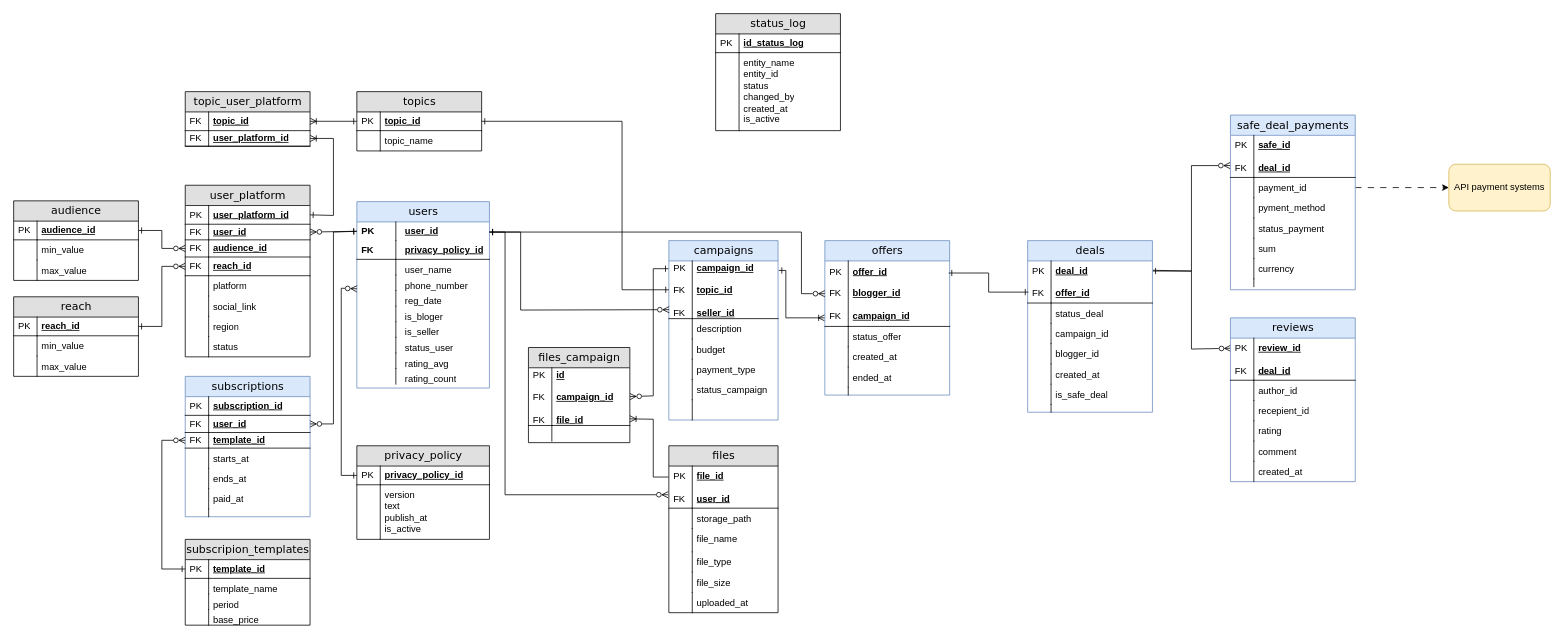
Before: diagrams/erd.drawio.xml in NadezdaHope19/practice, a draw.io diagram. Source tidied: cells renumbered, new cells numbered last; positions are measured from the earlier drawing's top-left corner, leaving out a move shared by most shapes. Both pictures are drawn from the tidied source at 78%, with x=0, y=0 at pixel (13, 13).
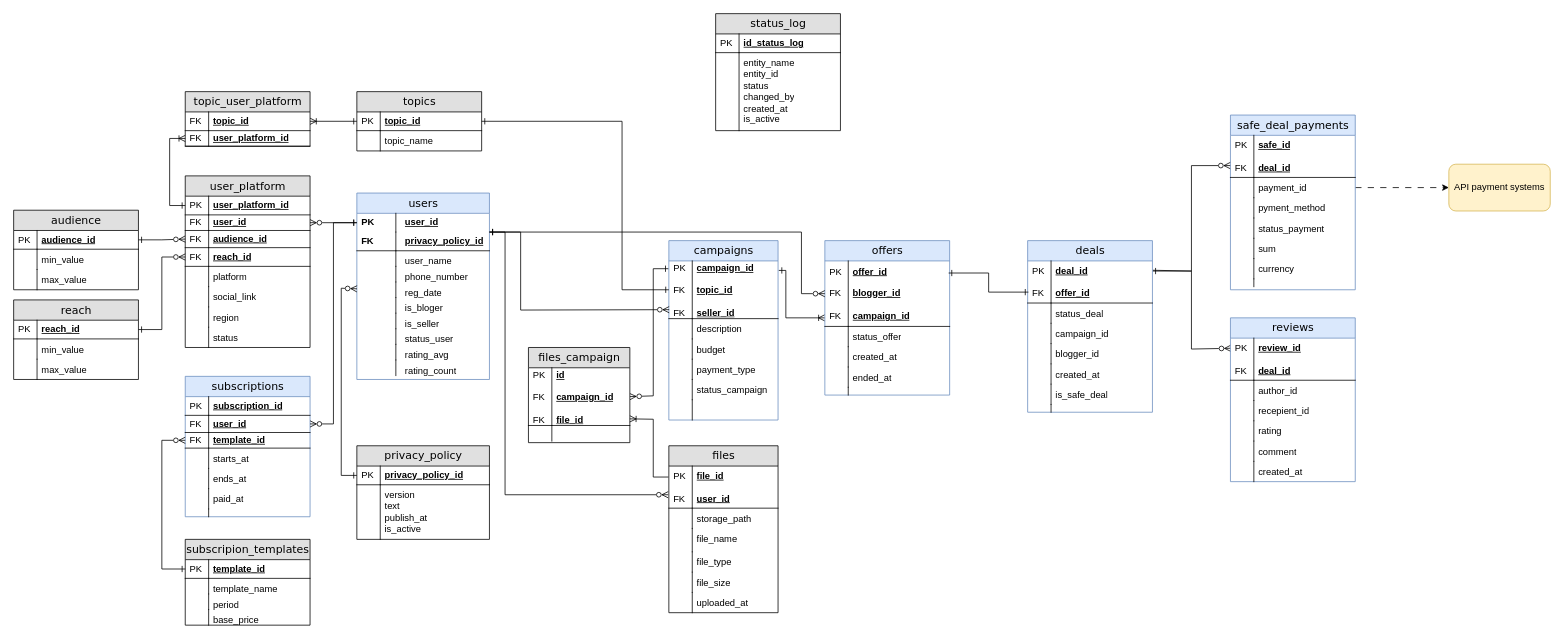
After the change.

Unchanged cells that the change refers to:
```xml
<mxCell id="3" value="user_id" style="shape=partialRectangle;top=0;left=0;right=0;bottom=0;html=1;align=left;verticalAlign=middle;fillColor=none;spacingLeft=60;spacingRight=4;whiteSpace=wrap;overflow=hidden;points=[[0,0.5],[1,0.5]];portConstraint=eastwest;fontStyle=5;" parent="2" vertex="1">
  <mxGeometry y="26" width="170" height="24" as="geometry" />
</mxCell>
<mxCell id="57" value="&lt;div&gt;&lt;span style=&quot;background-color: transparent; color: light-dark(rgb(0, 0, 0), rgb(255, 255, 255));&quot;&gt;user_id&lt;/span&gt;&lt;/div&gt;" style="shape=partialRectangle;top=0;left=0;right=0;bottom=1;html=1;align=left;verticalAlign=middle;fillColor=none;spacingLeft=34;spacingRight=4;whiteSpace=wrap;overflow=hidden;points=[[0,0.5],[1,0.5]];portConstraint=eastwest;fontStyle=5;" parent="54" vertex="1">
  <mxGeometry y="50" width="160" height="22" as="geometry" />
</mxCell>
<mxCell id="88" value="&lt;div&gt;&lt;span style=&quot;background-color: transparent; color: light-dark(rgb(0, 0, 0), rgb(255, 255, 255));&quot;&gt;user_platform_id&lt;/span&gt;&lt;/div&gt;" style="shape=partialRectangle;top=0;left=0;right=0;bottom=1;html=1;align=left;verticalAlign=middle;fillColor=none;spacingLeft=34;spacingRight=4;whiteSpace=wrap;overflow=hidden;points=[[0,0.5],[1,0.5]];portConstraint=eastwest;fontStyle=5;" parent="87" vertex="1">
  <mxGeometry y="26" width="160" height="24" as="geometry" />
</mxCell>
<mxCell id="92" value="&lt;div&gt;&lt;span style=&quot;background-color: transparent; color: light-dark(rgb(0, 0, 0), rgb(255, 255, 255));&quot;&gt;audience_id&lt;/span&gt;&lt;/div&gt;" style="shape=partialRectangle;top=0;left=0;right=0;bottom=1;html=1;align=left;verticalAlign=middle;fillColor=none;spacingLeft=34;spacingRight=4;whiteSpace=wrap;overflow=hidden;points=[[0,0.5],[1,0.5]];portConstraint=eastwest;fontStyle=5;" parent="87" vertex="1">
  <mxGeometry y="70" width="160" height="22" as="geometry" />
</mxCell>
<mxCell id="94" value="&lt;div&gt;&lt;span style=&quot;background-color: transparent; color: light-dark(rgb(0, 0, 0), rgb(255, 255, 255));&quot;&gt;reach_id&lt;/span&gt;&lt;/div&gt;" style="shape=partialRectangle;top=0;left=0;right=0;bottom=1;html=1;align=left;verticalAlign=middle;fillColor=none;spacingLeft=34;spacingRight=4;whiteSpace=wrap;overflow=hidden;points=[[0,0.5],[1,0.5]];portConstraint=eastwest;fontStyle=5;" parent="87" vertex="1">
  <mxGeometry y="92" width="160" height="24" as="geometry" />
</mxCell>
<mxCell id="105" value="audience_id" style="shape=partialRectangle;top=0;left=0;right=0;bottom=1;html=1;align=left;verticalAlign=middle;fillColor=none;spacingLeft=34;spacingRight=4;whiteSpace=wrap;overflow=hidden;points=[[0,0.5],[1,0.5]];portConstraint=eastwest;fontStyle=5;" parent="104" vertex="1">
  <mxGeometry y="26" width="160" height="24" as="geometry" />
</mxCell>
<mxCell id="112" value="reach_id" style="shape=partialRectangle;top=0;left=0;right=0;bottom=1;html=1;align=left;verticalAlign=middle;fillColor=none;spacingLeft=34;spacingRight=4;whiteSpace=wrap;overflow=hidden;points=[[0,0.5],[1,0.5]];portConstraint=eastwest;fontStyle=5;" parent="111" vertex="1">
  <mxGeometry y="26" width="160" height="24" as="geometry" />
</mxCell>
<mxCell id="121" value="&lt;div&gt;&lt;span style=&quot;background-color: transparent; color: light-dark(rgb(0, 0, 0), rgb(255, 255, 255));&quot;&gt;user_platform_id&lt;/span&gt;&lt;/div&gt;" style="shape=partialRectangle;top=0;left=0;right=0;bottom=1;html=1;align=left;verticalAlign=middle;fillColor=none;spacingLeft=34;spacingRight=4;whiteSpace=wrap;overflow=hidden;points=[[0,0.5],[1,0.5]];portConstraint=eastwest;fontStyle=5;" parent="118" vertex="1">
  <mxGeometry y="50" width="160" height="20" as="geometry" />
</mxCell>
```

Diff of the diagram source:
```diff
@@
     <mxCell id="2" value="users" style="swimlane;html=1;fontStyle=0;horizontal=1;startSize=26;fillColor=#dae8fc;swimlaneFillColor=#ffffff;align=center;rounded=0;shadow=0;comic=0;labelBackgroundColor=none;strokeWidth=1;fontFamily=Verdana;fontSize=14;strokeColor=#6c8ebf;" parent="1" vertex="1">
-      <mxGeometry x="440" y="241" width="170" height="239" as="geometry" />
+      <mxGeometry x="440" y="230" width="170" height="239" as="geometry" />
     </mxCell>
@@
     <mxCell id="87" value="user_platform" style="swimlane;html=1;fontStyle=0;horizontal=1;startSize=26;fillColor=#e0e0e0;swimlaneFillColor=#ffffff;align=center;rounded=0;shadow=0;comic=0;labelBackgroundColor=none;strokeWidth=1;fontFamily=Verdana;fontSize=14;" parent="1" vertex="1">
-      <mxGeometry x="220" y="220" width="160" height="220" as="geometry" />
+      <mxGeometry x="220" y="208" width="160" height="220" as="geometry" />
     </mxCell>
@@
     <mxCell id="104" value="audience" style="swimlane;html=1;fontStyle=0;horizontal=1;startSize=26;fillColor=#e0e0e0;swimlaneFillColor=#ffffff;align=center;rounded=0;shadow=0;comic=0;labelBackgroundColor=none;strokeWidth=1;fontFamily=Verdana;fontSize=14;swimlaneLine=1;" parent="1" vertex="1">
-      <mxGeometry y="240" width="160" height="102" as="geometry" />
+      <mxGeometry y="252" width="160" height="102" as="geometry" />
     </mxCell>
@@
     <mxCell id="111" value="reach" style="swimlane;html=1;fontStyle=0;horizontal=1;startSize=26;fillColor=#e0e0e0;swimlaneFillColor=#ffffff;align=center;rounded=0;shadow=0;comic=0;labelBackgroundColor=none;strokeWidth=1;fontFamily=Verdana;fontSize=14;swimlaneLine=1;" parent="1" vertex="1">
-      <mxGeometry y="363" width="160" height="102" as="geometry" />
+      <mxGeometry y="367" width="160" height="102" as="geometry" />
     </mxCell>
@@
-    <mxCell id="141" style="edgeStyle=none;rounded=0;jettySize=auto;html=1;exitX=1;exitY=0.5;exitDx=0;exitDy=0;endArrow=ERoneToMany;endFill=0;startArrow=ERone;startFill=0;entryX=1;entryY=0.5;entryDx=0;entryDy=0;" parent="1" edge="1" source="88" target="121">
+    <mxCell id="141" style="edgeStyle=none;rounded=0;jettySize=auto;html=1;endArrow=ERoneToMany;endFill=0;startArrow=ERone;startFill=0;entryX=0;entryY=0.5;entryDx=0;entryDy=0;exitX=0;exitY=0.5;exitDx=0;exitDy=0;" parent="1" edge="1" source="88" target="121">
       <mxGeometry relative="1" as="geometry">
         <Array as="points">
-          <mxPoint x="410" y="258.7" />
-          <mxPoint x="410" y="160" />
+          <mxPoint x="200" y="246" />
+          <mxPoint x="200" y="160" />
         </Array>
       </mxGeometry>
     </mxCell>
@@
     <mxCell id="143" style="edgeStyle=none;rounded=0;jettySize=auto;html=1;exitX=1;exitY=0.5;exitDx=0;exitDy=0;endArrow=ERone;endFill=0;startArrow=ERzeroToMany;startFill=0;entryX=0;entryY=0.5;entryDx=0;entryDy=0;" parent="1" edge="1" source="57" target="3">
       <mxGeometry relative="1" as="geometry">
         <Array as="points">
           <mxPoint x="410" y="526" />
-          <mxPoint x="410" y="280" />
+          <mxPoint x="410" y="268" />
         </Array>
       </mxGeometry>
     </mxCell>
@@
     <mxCell id="201" style="edgeStyle=none;rounded=0;jettySize=auto;html=1;exitX=1;exitY=0.5;exitDx=0;exitDy=0;entryX=0;entryY=0.5;entryDx=0;entryDy=0;endArrow=ERzeroToMany;endFill=0;startArrow=ERone;startFill=0;" parent="1" edge="1" source="105" target="92">
       <mxGeometry relative="1" as="geometry">
         <Array as="points">
-          <mxPoint x="190" y="278" />
-          <mxPoint x="190" y="301" />
+          <mxPoint x="190" y="290" />
         </Array>
       </mxGeometry>
     </mxCell>
     <mxCell id="202" style="edgeStyle=none;rounded=0;jettySize=auto;html=1;exitX=1;exitY=0.5;exitDx=0;exitDy=0;entryX=0;entryY=0.5;entryDx=0;entryDy=0;endArrow=ERzeroToMany;endFill=0;startArrow=ERone;startFill=0;" parent="1" edge="1" source="112" target="94">
       <mxGeometry relative="1" as="geometry">
         <Array as="points">
-          <mxPoint x="190" y="401" />
-          <mxPoint x="190" y="324" />
+          <mxPoint x="190" y="405" />
+          <mxPoint x="190" y="312" />
         </Array>
       </mxGeometry>
     </mxCell>
```
